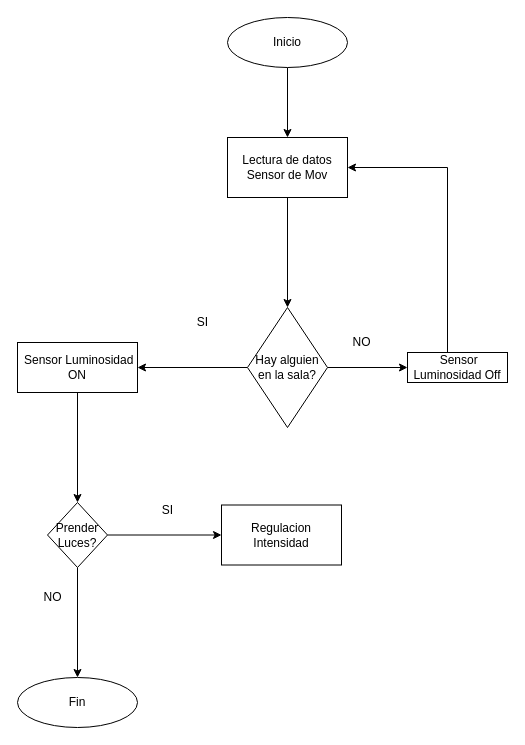
Earlier version of the draw.io diagram Diagramas/Funcionamiento Gral.drawio (LuchoAguero44/Iluminacion_Inteligente). Source tidied: cells renumbered, new cells numbered last; positions are measured from the earlier drawing's top-left corner, leaving out a move shared by most shapes. Both pictures are drawn from the tidied source at 100%, with x=0, y=0 at pixel (17, 17).
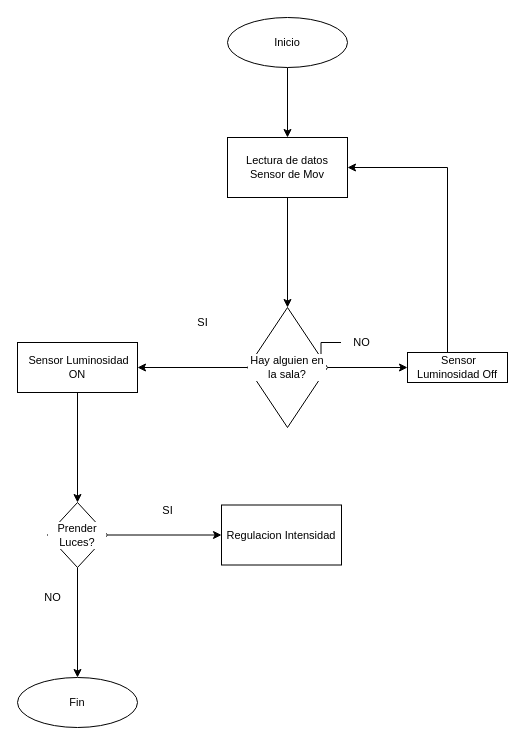
The same page after the edit.

Change to the diagram source:
```diff
@@
+    <mxCell id="22" style="edgeStyle=orthogonalEdgeStyle;rounded=0;jettySize=auto;html=1;strokeColor=light-dark(#000000,#000000);align=center;verticalAlign=middle;fontFamily=Helvetica;fontSize=11;fontColor=default;labelBackgroundColor=default;endArrow=classic;" parent="1" edge="1" source="12" target="10">
+      <mxGeometry relative="1" as="geometry" />
+    </mxCell>
-    <mxCell id="2" style="edgeStyle=orthogonalEdgeStyle;rounded=0;jettySize=auto;html=1;" parent="1" edge="1" source="3" target="7">
+    <mxCell id="2" style="edgeStyle=orthogonalEdgeStyle;rounded=0;jettySize=auto;html=1;strokeColor=light-dark(#000000,#000000);align=center;verticalAlign=middle;fontFamily=Helvetica;fontSize=11;fontColor=default;fillColor=default;labelBackgroundColor=default;endArrow=classic;" parent="1" edge="1" source="3" target="7">
       <mxGeometry relative="1" as="geometry" />
     </mxCell>
-    <mxCell id="3" value="Inicio" style="ellipse;whiteSpace=wrap;html=1;" parent="1" vertex="1">
+    <mxCell id="3" value="Inicio" style="ellipse;whiteSpace=wrap;html=1;rounded=0;strokeColor=light-dark(#000000,#000000);align=center;verticalAlign=middle;fontFamily=Helvetica;fontSize=11;fontColor=default;labelBackgroundColor=default;" parent="1" vertex="1">
       <mxGeometry x="210" width="120" height="50" as="geometry" />
     </mxCell>
-    <mxCell id="4" style="edgeStyle=orthogonalEdgeStyle;rounded=0;jettySize=auto;html=1;entryX=0.5;entryY=0;entryDx=0;entryDy=0;" parent="1" edge="1" source="5" target="19">
+    <mxCell id="4" style="edgeStyle=orthogonalEdgeStyle;rounded=0;jettySize=auto;html=1;entryX=0.5;entryY=0;entryDx=0;entryDy=0;strokeColor=light-dark(#000000,#000000);align=center;verticalAlign=middle;fontFamily=Helvetica;fontSize=11;fontColor=default;fillColor=default;labelBackgroundColor=default;endArrow=classic;" parent="1" edge="1" source="5" target="19">
       <mxGeometry relative="1" as="geometry" />
     </mxCell>
-    <mxCell id="5" value="&amp;nbsp;Sensor Luminosidad ON" style="rounded=0;whiteSpace=wrap;html=1;" parent="1" vertex="1">
+    <mxCell id="5" value="&amp;nbsp;Sensor Luminosidad ON" style="rounded=0;whiteSpace=wrap;html=1;strokeColor=light-dark(#000000,#000000);align=center;verticalAlign=middle;fontFamily=Helvetica;fontSize=11;fontColor=default;labelBackgroundColor=default;" parent="1" vertex="1">
       <mxGeometry y="325" width="120" height="50" as="geometry" />
     </mxCell>
-    <mxCell id="6" style="edgeStyle=orthogonalEdgeStyle;rounded=0;jettySize=auto;html=1;exitX=0.5;exitY=1;exitDx=0;exitDy=0;entryX=0.5;entryY=0;entryDx=0;entryDy=0;" parent="1" edge="1" source="7" target="10">
+    <mxCell id="6" style="edgeStyle=orthogonalEdgeStyle;rounded=0;jettySize=auto;html=1;exitX=0.5;exitY=1;exitDx=0;exitDy=0;entryX=0.5;entryY=0;entryDx=0;entryDy=0;strokeColor=light-dark(#000000,#000000);align=center;verticalAlign=middle;fontFamily=Helvetica;fontSize=11;fontColor=default;labelBackgroundColor=default;endArrow=classic;" parent="1" edge="1" source="7" target="10">
       <mxGeometry relative="1" as="geometry" />
     </mxCell>
-    <mxCell id="7" value="Lectura de datos Sensor de Mov" style="rounded=0;whiteSpace=wrap;html=1;" parent="1" vertex="1">
+    <mxCell id="7" value="Lectura de datos Sensor de Mov" style="rounded=0;whiteSpace=wrap;html=1;strokeColor=light-dark(#000000,#000000);align=center;verticalAlign=middle;fontFamily=Helvetica;fontSize=11;fontColor=default;labelBackgroundColor=default;" parent="1" vertex="1">
       <mxGeometry x="210" y="120" width="120" height="60" as="geometry" />
     </mxCell>
-    <mxCell id="8" style="edgeStyle=orthogonalEdgeStyle;rounded=0;jettySize=auto;html=1;exitX=0;exitY=0.5;exitDx=0;exitDy=0;entryX=1;entryY=0.5;entryDx=0;entryDy=0;" parent="1" edge="1" source="10" target="5">
-      <mxGeometry relative="1" as="geometry" />
+    <mxCell id="8" style="edgeStyle=orthogonalEdgeStyle;rounded=0;orthogonalLoop=1;jettySize=auto;html=1;exitX=0;exitY=0.5;exitDx=0;exitDy=0;entryX=1;entryY=0.5;entryDx=0;entryDy=0;strokeColor=light-dark(#000000,#000000);align=center;verticalAlign=middle;fontFamily=Helvetica;fontSize=11;fontColor=default;fillColor=default;labelBackgroundColor=default;endArrow=classic;" parent="1" edge="1">
+      <mxGeometry relative="1" as="geometry">
+        <mxPoint x="230" y="350" as="sourcePoint" />
+        <mxPoint x="120" y="350" as="targetPoint" />
+      </mxGeometry>
     </mxCell>
-    <mxCell id="9" style="edgeStyle=orthogonalEdgeStyle;rounded=0;jettySize=auto;html=1;exitX=1;exitY=0.5;exitDx=0;exitDy=0;entryX=0;entryY=0.5;entryDx=0;entryDy=0;" parent="1" edge="1" source="10" target="15">
+    <mxCell id="9" style="edgeStyle=orthogonalEdgeStyle;rounded=0;jettySize=auto;html=1;exitX=1;exitY=0.5;exitDx=0;exitDy=0;entryX=0;entryY=0.5;entryDx=0;entryDy=0;strokeColor=light-dark(#000000,#000000);align=center;verticalAlign=middle;fontFamily=Helvetica;fontSize=11;fontColor=default;fillColor=default;labelBackgroundColor=default;endArrow=classic;" parent="1" edge="1" source="10" target="15">
       <mxGeometry relative="1" as="geometry" />
     </mxCell>
-    <mxCell id="10" value="Hay alguien en la sala?" style="rhombus;whiteSpace=wrap;html=1;" parent="1" vertex="1">
+    <mxCell id="10" value="Hay alguien en la sala?" style="rhombus;whiteSpace=wrap;html=1;rounded=0;strokeColor=light-dark(#000000,#000000);align=center;verticalAlign=middle;fontFamily=Helvetica;fontSize=11;fontColor=default;labelBackgroundColor=default;" parent="1" vertex="1">
       <mxGeometry x="230" y="290" width="80" height="120" as="geometry" />
     </mxCell>
-    <mxCell id="11" value="SI" style="text;html=1;align=center;verticalAlign=middle;strokeColor=none;fillColor=none;" parent="1" vertex="1">
+    <mxCell id="11" value="SI" style="text;html=1;align=center;verticalAlign=middle;strokeColor=none;fillColor=default;fontFamily=Helvetica;fontSize=11;fontColor=default;labelBackgroundColor=default;" parent="1" vertex="1">
       <mxGeometry x="170" y="290" width="30" height="30" as="geometry" />
     </mxCell>
-    <mxCell id="12" value="NO" style="text;html=1;align=center;verticalAlign=middle;points=[];strokeColor=none;fillColor=none;" parent="1" vertex="1">
+    <mxCell id="12" value="NO" style="text;html=1;align=center;verticalAlign=middle;points=[];strokeColor=none;fillColor=default;fontFamily=Helvetica;fontSize=11;fontColor=default;labelBackgroundColor=default;" parent="1" vertex="1">
       <mxGeometry x="323.5" y="310" width="40" height="30" as="geometry" />
     </mxCell>
-    <mxCell id="13" value="NO" style="text;html=1;align=center;verticalAlign=middle;strokeColor=none;fillColor=none;" parent="1" vertex="1">
+    <mxCell id="13" value="NO" style="text;html=1;align=center;verticalAlign=middle;strokeColor=none;fillColor=default;fontFamily=Helvetica;fontSize=11;fontColor=default;labelBackgroundColor=default;" parent="1" vertex="1">
       <mxGeometry x="15" y="565" width="40" height="30" as="geometry" />
     </mxCell>
-    <mxCell id="14" style="edgeStyle=orthogonalEdgeStyle;rounded=0;jettySize=auto;html=1;entryX=1;entryY=0.5;entryDx=0;entryDy=0;" parent="1" edge="1" source="15" target="7">
+    <mxCell id="14" style="edgeStyle=orthogonalEdgeStyle;rounded=0;jettySize=auto;html=1;entryX=1;entryY=0.5;entryDx=0;entryDy=0;strokeColor=light-dark(#000000,#000000);align=center;verticalAlign=middle;fontFamily=Helvetica;fontSize=11;fontColor=default;fillColor=default;labelBackgroundColor=default;endArrow=classic;" parent="1" edge="1" source="15" target="7">
       <mxGeometry relative="1" as="geometry">
         <Array as="points">
           <mxPoint x="430" y="150" />
         </Array>
       </mxGeometry>
     </mxCell>
-    <mxCell id="15" value="&amp;nbsp;Sensor Luminosidad Off" style="rounded=0;whiteSpace=wrap;html=1;" parent="1" vertex="1">
+    <mxCell id="15" value="&amp;nbsp;Sensor Luminosidad Off" style="rounded=0;whiteSpace=wrap;html=1;strokeColor=light-dark(#000000,#000000);align=center;verticalAlign=middle;fontFamily=Helvetica;fontSize=11;fontColor=default;labelBackgroundColor=default;" parent="1" vertex="1">
       <mxGeometry x="390" y="335" width="100" height="30" as="geometry" />
     </mxCell>
-    <mxCell id="16" value="Fin" style="ellipse;whiteSpace=wrap;html=1;" parent="1" vertex="1">
+    <mxCell id="16" value="Fin" style="ellipse;whiteSpace=wrap;html=1;rounded=0;strokeColor=light-dark(#000000,#000000);align=center;verticalAlign=middle;fontFamily=Helvetica;fontSize=11;fontColor=default;labelBackgroundColor=default;" parent="1" vertex="1">
       <mxGeometry y="660" width="120" height="50" as="geometry" />
     </mxCell>
-    <mxCell id="17" style="edgeStyle=orthogonalEdgeStyle;rounded=0;jettySize=auto;html=1;entryX=0.5;entryY=0;entryDx=0;entryDy=0;" parent="1" edge="1" source="19" target="16">
+    <mxCell id="17" style="edgeStyle=orthogonalEdgeStyle;rounded=0;jettySize=auto;html=1;entryX=0.5;entryY=0;entryDx=0;entryDy=0;strokeColor=light-dark(#000000,#000000);align=center;verticalAlign=middle;fontFamily=Helvetica;fontSize=11;fontColor=default;labelBackgroundColor=default;endArrow=classic;" parent="1" edge="1" source="19" target="16">
       <mxGeometry relative="1" as="geometry" />
     </mxCell>
-    <mxCell id="18" style="edgeStyle=orthogonalEdgeStyle;rounded=0;jettySize=auto;html=1;entryX=0;entryY=0.5;entryDx=0;entryDy=0;" parent="1" edge="1" source="19" target="20">
+    <mxCell id="18" style="edgeStyle=orthogonalEdgeStyle;rounded=0;jettySize=auto;html=1;entryX=0;entryY=0.5;entryDx=0;entryDy=0;strokeColor=light-dark(#000000,#000000);align=center;verticalAlign=middle;fontFamily=Helvetica;fontSize=11;fontColor=default;labelBackgroundColor=default;endArrow=classic;" parent="1" edge="1" source="19" target="20">
       <mxGeometry relative="1" as="geometry" />
     </mxCell>
-    <mxCell id="19" value="Prender Luces?" style="rhombus;whiteSpace=wrap;html=1;" parent="1" vertex="1">
+    <mxCell id="19" value="Prender Luces?" style="rhombus;whiteSpace=wrap;html=1;rounded=0;strokeColor=light-dark(#000000,#000000);align=center;verticalAlign=middle;fontFamily=Helvetica;fontSize=11;fontColor=default;labelBackgroundColor=default;" parent="1" vertex="1">
       <mxGeometry x="30" y="485" width="60" height="65" as="geometry" />
     </mxCell>
-    <mxCell id="20" value="Regulacion Intensidad" style="rounded=0;whiteSpace=wrap;html=1;" parent="1" vertex="1">
+    <mxCell id="20" value="Regulacion Intensidad" style="rounded=0;whiteSpace=wrap;html=1;strokeColor=light-dark(#000000,#000000);align=center;verticalAlign=middle;fontFamily=Helvetica;fontSize=11;fontColor=default;labelBackgroundColor=default;" parent="1" vertex="1">
       <mxGeometry x="204" y="487.5" width="120" height="60" as="geometry" />
     </mxCell>
-    <mxCell id="21" value="SI" style="text;html=1;align=center;verticalAlign=middle;strokeColor=none;fillColor=none;" parent="1" vertex="1">
+    <mxCell id="21" value="SI" style="text;html=1;align=center;verticalAlign=middle;strokeColor=none;fillColor=default;fontFamily=Helvetica;fontSize=11;fontColor=default;labelBackgroundColor=default;" parent="1" vertex="1">
       <mxGeometry x="135" y="478" width="30" height="30" as="geometry" />
     </mxCell>
```
